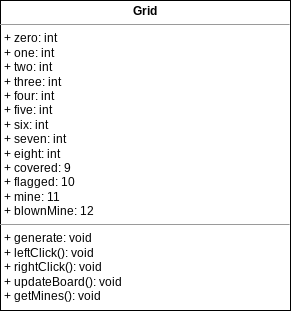
Earlier version of the draw.io export class.png (MTHS-ICS4U-2022/ICS4U-2022-Final-Project-Ethan-Michael). Source tidied: cells renumbered, new cells last; positions are measured from the earlier drawing's top-left corner, leaving out a move shared by most shapes. The source it was exported from:
```xml
<mxGraphModel>
  <root>
    <mxCell id="0" />
    <mxCell id="1" parent="0" />
    <mxCell id="2" value="&lt;p style=&quot;margin: 0px ; margin-top: 4px ; text-align: center&quot;&gt;&lt;b&gt;Grid&lt;/b&gt;&lt;/p&gt;&lt;hr size=&quot;1&quot;&gt;&lt;p style=&quot;margin: 0px ; margin-left: 4px&quot;&gt;+ zero: int&lt;/p&gt;&lt;p style=&quot;margin: 0px ; margin-left: 4px&quot;&gt;+ one: int&lt;/p&gt;&lt;p style=&quot;margin: 0px ; margin-left: 4px&quot;&gt;+ two: int&lt;/p&gt;&lt;p style=&quot;margin: 0px ; margin-left: 4px&quot;&gt;+ three: int&lt;/p&gt;&lt;p style=&quot;margin: 0px ; margin-left: 4px&quot;&gt;+ four: int&lt;/p&gt;&lt;p style=&quot;margin: 0px ; margin-left: 4px&quot;&gt;+ five: int&lt;/p&gt;&lt;p style=&quot;margin: 0px ; margin-left: 4px&quot;&gt;+ six: int&lt;/p&gt;&lt;p style=&quot;margin: 0px ; margin-left: 4px&quot;&gt;+ seven: int&lt;/p&gt;&lt;p style=&quot;margin: 0px ; margin-left: 4px&quot;&gt;+ eight: int&lt;/p&gt;&lt;p style=&quot;margin: 0px ; margin-left: 4px&quot;&gt;+ covered: 9&lt;/p&gt;&lt;p style=&quot;margin: 0px ; margin-left: 4px&quot;&gt;+ flagged: 10&lt;/p&gt;&lt;p style=&quot;margin: 0px ; margin-left: 4px&quot;&gt;+ mine: 11&lt;/p&gt;&lt;p style=&quot;margin: 0px ; margin-left: 4px&quot;&gt;+ blownMine: 12&lt;/p&gt;&lt;hr size=&quot;1&quot;&gt;&lt;p style=&quot;margin: 0px ; margin-left: 4px&quot;&gt;+ generate: void&lt;/p&gt;&lt;p style=&quot;margin: 0px ; margin-left: 4px&quot;&gt;+ leftClick(): void&lt;/p&gt;&lt;p style=&quot;margin: 0px ; margin-left: 4px&quot;&gt;+ rightClick(): void&lt;/p&gt;&lt;p style=&quot;margin: 0px ; margin-left: 4px&quot;&gt;+ updateBoard(): void&lt;/p&gt;&lt;p style=&quot;margin: 0px ; margin-left: 4px&quot;&gt;+ getMines(): void&lt;/p&gt;" style="verticalAlign=top;align=left;overflow=fill;fontSize=12;fontFamily=Helvetica;html=1;" parent="1" vertex="1">
      <mxGeometry width="290" height="310" as="geometry" />
    </mxCell>
  </root>
</mxGraphModel>
```
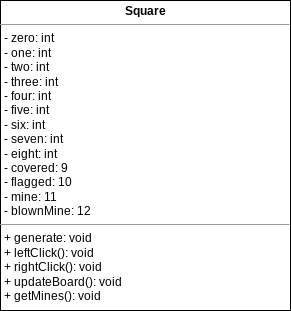
The same file after the commit.

Diff of the diagram source:
```diff
@@ -2,7 +2,7 @@
   <root>
     <mxCell id="0" />
     <mxCell id="1" parent="0" />
-    <mxCell id="2" value="&lt;p style=&quot;margin: 0px ; margin-top: 4px ; text-align: center&quot;&gt;&lt;b&gt;Grid&lt;/b&gt;&lt;/p&gt;&lt;hr size=&quot;1&quot;&gt;&lt;p style=&quot;margin: 0px ; margin-left: 4px&quot;&gt;+ zero: int&lt;/p&gt;&lt;p style=&quot;margin: 0px ; margin-left: 4px&quot;&gt;+ one: int&lt;/p&gt;&lt;p style=&quot;margin: 0px ; margin-left: 4px&quot;&gt;+ two: int&lt;/p&gt;&lt;p style=&quot;margin: 0px ; margin-left: 4px&quot;&gt;+ three: int&lt;/p&gt;&lt;p style=&quot;margin: 0px ; margin-left: 4px&quot;&gt;+ four: int&lt;/p&gt;&lt;p style=&quot;margin: 0px ; margin-left: 4px&quot;&gt;+ five: int&lt;/p&gt;&lt;p style=&quot;margin: 0px ; margin-left: 4px&quot;&gt;+ six: int&lt;/p&gt;&lt;p style=&quot;margin: 0px ; margin-left: 4px&quot;&gt;+ seven: int&lt;/p&gt;&lt;p style=&quot;margin: 0px ; margin-left: 4px&quot;&gt;+ eight: int&lt;/p&gt;&lt;p style=&quot;margin: 0px ; margin-left: 4px&quot;&gt;+ covered: 9&lt;/p&gt;&lt;p style=&quot;margin: 0px ; margin-left: 4px&quot;&gt;+ flagged: 10&lt;/p&gt;&lt;p style=&quot;margin: 0px ; margin-left: 4px&quot;&gt;+ mine: 11&lt;/p&gt;&lt;p style=&quot;margin: 0px ; margin-left: 4px&quot;&gt;+ blownMine: 12&lt;/p&gt;&lt;hr size=&quot;1&quot;&gt;&lt;p style=&quot;margin: 0px ; margin-left: 4px&quot;&gt;+ generate: void&lt;/p&gt;&lt;p style=&quot;margin: 0px ; margin-left: 4px&quot;&gt;+ leftClick(): void&lt;/p&gt;&lt;p style=&quot;margin: 0px ; margin-left: 4px&quot;&gt;+ rightClick(): void&lt;/p&gt;&lt;p style=&quot;margin: 0px ; margin-left: 4px&quot;&gt;+ updateBoard(): void&lt;/p&gt;&lt;p style=&quot;margin: 0px ; margin-left: 4px&quot;&gt;+ getMines(): void&lt;/p&gt;" style="verticalAlign=top;align=left;overflow=fill;fontSize=12;fontFamily=Helvetica;html=1;" parent="1" vertex="1">
+    <mxCell id="2" value="&lt;p style=&quot;margin: 0px ; margin-top: 4px ; text-align: center&quot;&gt;&lt;b&gt;Square&lt;/b&gt;&lt;/p&gt;&lt;hr size=&quot;1&quot;&gt;&lt;p style=&quot;margin: 0px ; margin-left: 4px&quot;&gt;- zero: int&lt;/p&gt;&lt;p style=&quot;margin: 0px ; margin-left: 4px&quot;&gt;- one: int&lt;/p&gt;&lt;p style=&quot;margin: 0px ; margin-left: 4px&quot;&gt;- two: int&lt;/p&gt;&lt;p style=&quot;margin: 0px ; margin-left: 4px&quot;&gt;- three: int&lt;/p&gt;&lt;p style=&quot;margin: 0px ; margin-left: 4px&quot;&gt;- four: int&lt;/p&gt;&lt;p style=&quot;margin: 0px ; margin-left: 4px&quot;&gt;- five: int&lt;/p&gt;&lt;p style=&quot;margin: 0px ; margin-left: 4px&quot;&gt;- six: int&lt;/p&gt;&lt;p style=&quot;margin: 0px ; margin-left: 4px&quot;&gt;- seven: int&lt;/p&gt;&lt;p style=&quot;margin: 0px ; margin-left: 4px&quot;&gt;- eight: int&lt;/p&gt;&lt;p style=&quot;margin: 0px ; margin-left: 4px&quot;&gt;- covered: 9&lt;/p&gt;&lt;p style=&quot;margin: 0px ; margin-left: 4px&quot;&gt;- flagged: 10&lt;/p&gt;&lt;p style=&quot;margin: 0px ; margin-left: 4px&quot;&gt;- mine: 11&lt;/p&gt;&lt;p style=&quot;margin: 0px ; margin-left: 4px&quot;&gt;- blownMine: 12&lt;/p&gt;&lt;hr size=&quot;1&quot;&gt;&lt;p style=&quot;margin: 0px ; margin-left: 4px&quot;&gt;+ generate: void&lt;/p&gt;&lt;p style=&quot;margin: 0px ; margin-left: 4px&quot;&gt;+ leftClick(): void&lt;/p&gt;&lt;p style=&quot;margin: 0px ; margin-left: 4px&quot;&gt;+ rightClick(): void&lt;/p&gt;&lt;p style=&quot;margin: 0px ; margin-left: 4px&quot;&gt;+ updateBoard(): void&lt;/p&gt;&lt;p style=&quot;margin: 0px ; margin-left: 4px&quot;&gt;+ getMines(): void&lt;/p&gt;" style="verticalAlign=top;align=left;overflow=fill;fontSize=12;fontFamily=Helvetica;html=1;" parent="1" vertex="1">
       <mxGeometry width="290" height="310" as="geometry" />
     </mxCell>
   </root>
```
